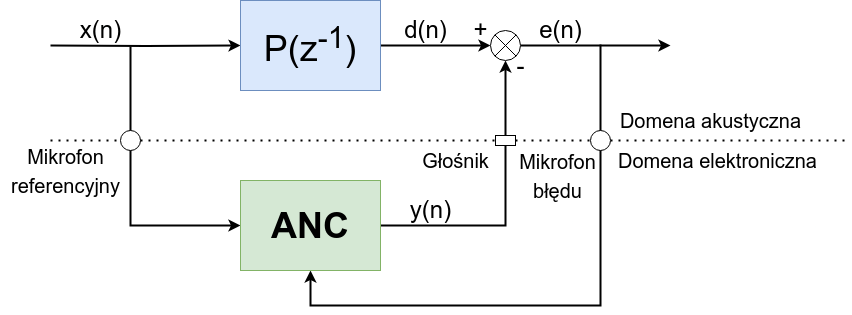
This is docs/polsl/thesis/graf/analysis/scheme_0.png from kopiecki/anc, a draw.io export, as it was before one commit. Source tidied: cells renumbered, new cells last; positions are measured from the earlier drawing's top-left corner, leaving out a move shared by most shapes.
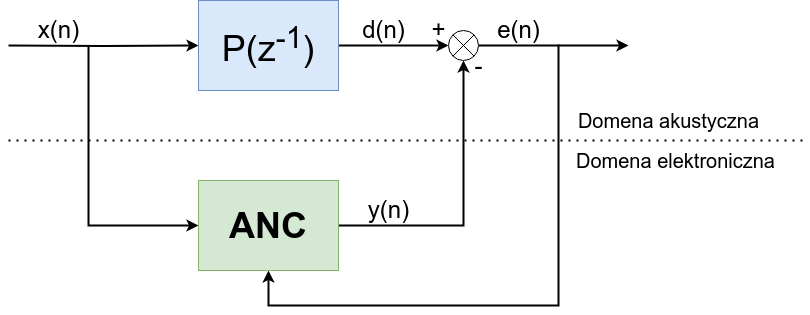
After the change.

Diff of the diagram source:
```diff
@@ -22,7 +22,11 @@
       </mxGeometry>
     </mxCell>
     <mxCell id="6" style="edgeStyle=orthogonalEdgeStyle;rounded=0;jettySize=auto;html=1;entryX=0.5;entryY=1;entryDx=0;entryDy=0;strokeWidth=2;" parent="1" edge="1" source="8" target="11">
-      <mxGeometry relative="1" as="geometry" />
+      <mxGeometry relative="1" as="geometry">
+        <Array as="points">
+          <mxPoint x="505" y="225" />
+        </Array>
+      </mxGeometry>
     </mxCell>
     <mxCell id="7" style="edgeStyle=orthogonalEdgeStyle;rounded=0;orthogonalLoop=1;jettySize=auto;html=1;entryX=0.5;entryY=1;entryDx=0;entryDy=0;strokeWidth=2;" parent="1" edge="1">
       <mxGeometry relative="1" as="geometry">
@@ -73,45 +77,17 @@
     <mxCell id="19" value="+" style="text;html=1;align=center;verticalAlign=middle;strokeColor=none;fillColor=none;fontSize=24;" parent="1" vertex="1">
       <mxGeometry x="460" y="10" width="40" height="40" as="geometry" />
     </mxCell>
-    <mxCell id="20" style="endArrow=none;dashed=1;html=1;dashPattern=1 3;strokeWidth=2;rounded=0;" parent="1" edge="1" source="26">
-      <mxGeometry relative="1" as="geometry">
-        <mxPoint x="850" y="140" as="targetPoint" />
-      </mxGeometry>
-    </mxCell>
     <mxCell id="21" value="&lt;font style=&quot;font-size: 20px;&quot;&gt;Domena akustyczna&lt;/font&gt;" style="text;html=1;align=center;verticalAlign=middle;strokeColor=none;fillColor=none;fontSize=24;" parent="1" vertex="1">
       <mxGeometry x="610" y="100" width="200" height="40" as="geometry" />
     </mxCell>
     <mxCell id="22" value="&lt;font style=&quot;font-size: 20px;&quot;&gt;Domena elektroniczna&lt;/font&gt;" style="text;html=1;align=center;verticalAlign=middle;strokeColor=none;fillColor=none;fontSize=24;" parent="1" vertex="1">
       <mxGeometry x="607" y="140" width="220" height="40" as="geometry" />
     </mxCell>
-    <mxCell id="23" style="endArrow=none;dashed=1;html=1;dashPattern=1 3;strokeWidth=2;rounded=0;" parent="1" edge="1" target="24">
+    <mxCell id="23" style="endArrow=none;dashed=1;html=1;dashPattern=1 3;strokeWidth=2;rounded=0;" parent="1" edge="1">
       <mxGeometry relative="1" as="geometry">
         <mxPoint x="50" y="140" as="sourcePoint" />
+        <mxPoint x="850" y="140" as="targetPoint" />
       </mxGeometry>
     </mxCell>
-    <mxCell id="24" style="ellipse;whiteSpace=wrap;html=1;" parent="1" vertex="1">
-      <mxGeometry x="120" y="130" width="20" height="20" as="geometry" />
-    </mxCell>
-    <mxCell id="25" style="endArrow=none;dashed=1;html=1;dashPattern=1 3;strokeWidth=2;rounded=0;" parent="1" edge="1" source="28" target="26">
-      <mxGeometry relative="1" as="geometry" />
-    </mxCell>
-    <mxCell id="26" style="ellipse;whiteSpace=wrap;html=1;" parent="1" vertex="1">
-      <mxGeometry x="590" y="130" width="20" height="20" as="geometry" />
-    </mxCell>
-    <mxCell id="27" style="endArrow=none;dashed=1;html=1;dashPattern=1 3;strokeWidth=2;rounded=0;" parent="1" edge="1" source="24" target="28">
-      <mxGeometry relative="1" as="geometry" />
-    </mxCell>
-    <mxCell id="28" style="rounded=0;whiteSpace=wrap;html=1;" parent="1" vertex="1">
-      <mxGeometry x="495" y="135" width="20" height="10" as="geometry" />
-    </mxCell>
-    <mxCell id="29" value="&lt;font style=&quot;font-size: 20px;&quot;&gt;Mikrofon&lt;br&gt;referencyjny&lt;br&gt;&lt;/font&gt;" style="text;html=1;align=center;verticalAlign=middle;strokeColor=none;fillColor=none;fontSize=24;" parent="1" vertex="1">
-      <mxGeometry y="135" width="130" height="70" as="geometry" />
-    </mxCell>
-    <mxCell id="30" value="&lt;font style=&quot;font-size: 20px;&quot;&gt;Głośnik&lt;br&gt;&lt;/font&gt;" style="text;html=1;align=center;verticalAlign=middle;strokeColor=none;fillColor=none;fontSize=24;" parent="1" vertex="1">
-      <mxGeometry x="410" y="140" width="90" height="40" as="geometry" />
-    </mxCell>
-    <mxCell id="31" value="&lt;font style=&quot;font-size: 20px;&quot;&gt;Mikrofon&lt;br&gt;błędu&lt;br&gt;&lt;/font&gt;" style="text;html=1;align=center;verticalAlign=middle;strokeColor=none;fillColor=none;fontSize=24;" parent="1" vertex="1">
-      <mxGeometry x="507" y="140" width="100" height="70" as="geometry" />
-    </mxCell>
   </root>
 </mxGraphModel>
```
